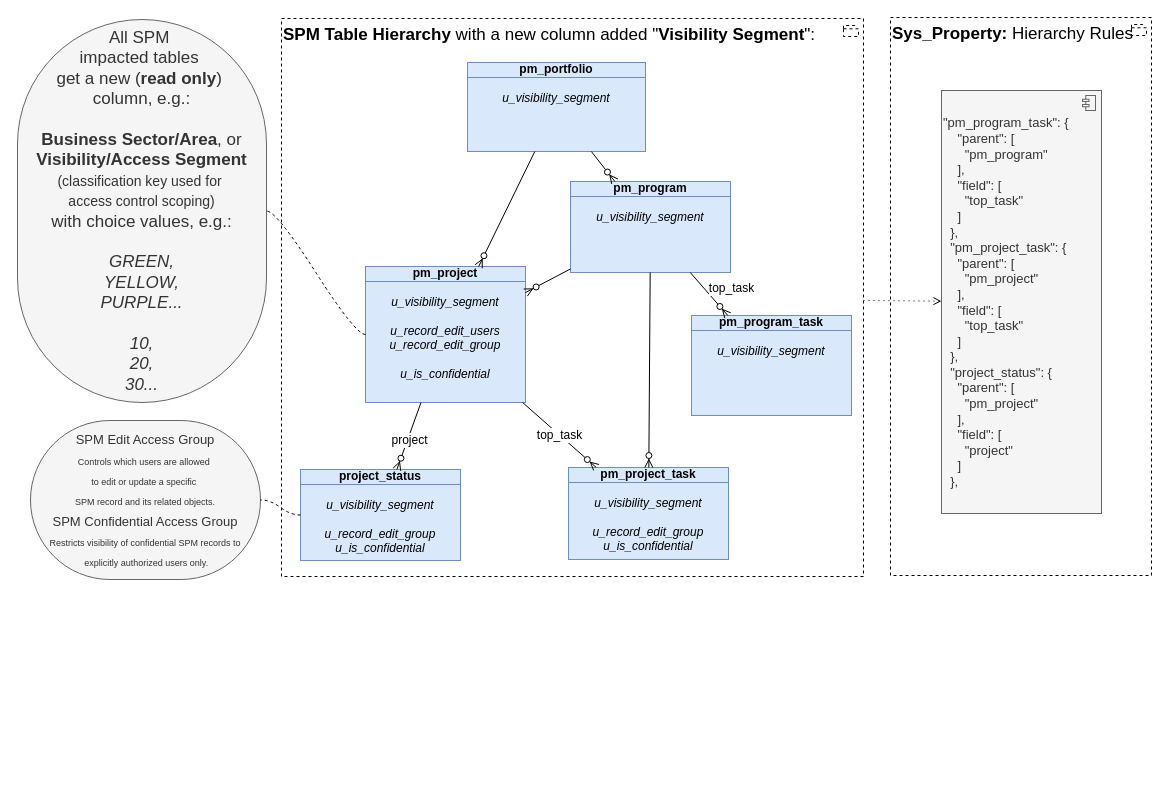
This is page "hier1" (4 of 20) of Sar.drawio from algimas/tmp, a draw.io file, before an edit. Source tidied: cells renumbered, new cells numbered last; positions are measured from the earlier drawing's top-left corner, leaving out a move shared by most shapes. Both pictures are drawn from the tidied source at 100%, with x=0, y=0 at pixel (17, 17).
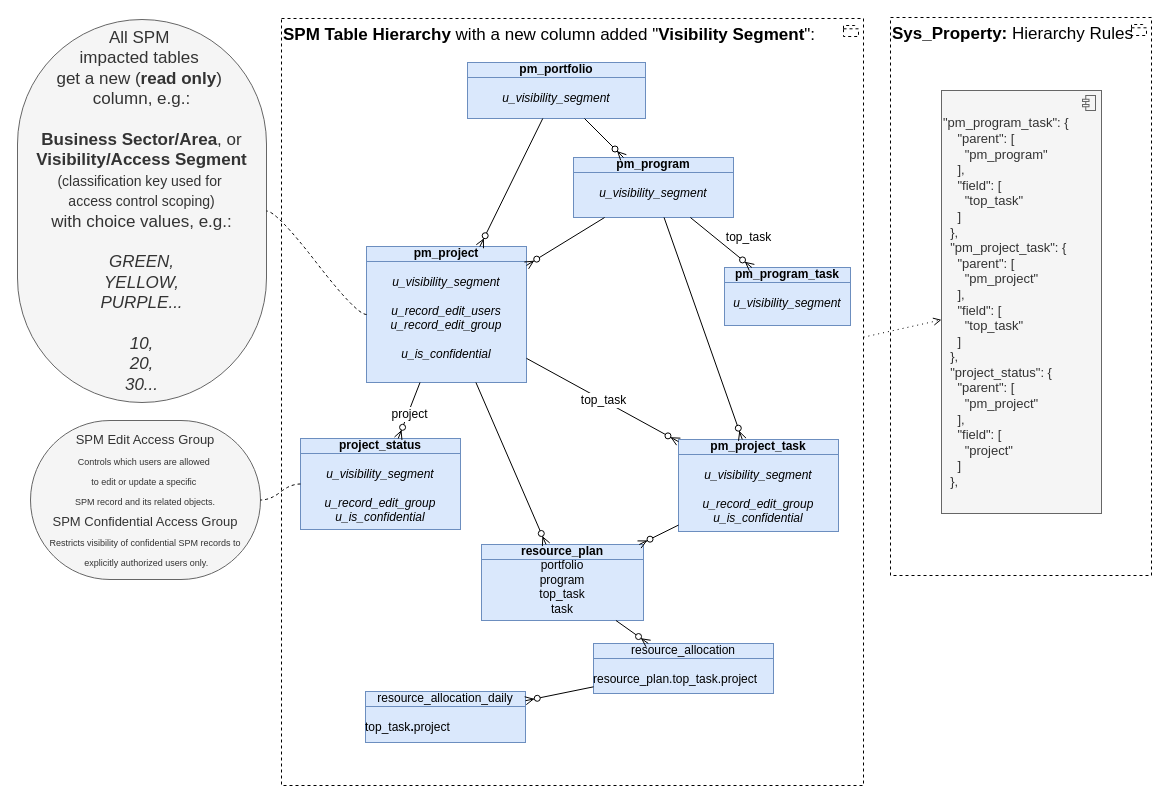
The same page after the edit.

What changed in the source:
```diff
@@
     <mxCell id="3" value="&lt;b&gt;SPM Table Hierarchy&lt;/b&gt;&amp;nbsp;with a new column added &quot;&lt;b&gt;Visibility Segment&lt;/b&gt;&quot;:" style="html=1;outlineConnect=0;whiteSpace=wrap;shape=mxgraph.archimate3.application;appType=grouping;archiType=square;dashed=1;fillColor=none;verticalAlign=top;align=left;fontSize=17;" parent="1" vertex="1">
-      <mxGeometry x="264" y="1" width="582" height="558" as="geometry" />
+      <mxGeometry x="264" y="1" width="582" height="767" as="geometry" />
     </mxCell>
     <mxCell id="4" value="&lt;div&gt;&lt;b&gt;pm_project&lt;/b&gt;&lt;/div&gt;&lt;div&gt;&lt;div&gt;&lt;i&gt;&lt;br&gt;&lt;/i&gt;&lt;/div&gt;&lt;div&gt;&lt;i&gt;u_visibility_segment&lt;/i&gt;&lt;/div&gt;&lt;div&gt;&lt;br&gt;&lt;/div&gt;&lt;i&gt;u_record_edit_users&lt;br&gt;u_&lt;/i&gt;&lt;i&gt;record&lt;/i&gt;&lt;i&gt;_edit_group&lt;/i&gt;&lt;/div&gt;&lt;div&gt;&lt;i&gt;&lt;br&gt;&lt;/i&gt;&lt;/div&gt;&lt;div&gt;&lt;i&gt;u_is_confidential&lt;/i&gt;&lt;/div&gt;" style="html=1;outlineConnect=0;whiteSpace=wrap;fillColor=#dae8fc;shape=mxgraph.archimate3.businessObject;overflow=fill;strokeColor=#6c8ebf;fontStyle=0;fontSize=12;" parent="1" vertex="1">
-      <mxGeometry x="348" y="249" width="160" height="136" as="geometry" />
+      <mxGeometry x="349" y="229" width="160" height="136" as="geometry" />
     </mxCell>
     <mxCell id="5" value="&lt;div&gt;&lt;b&gt;pm_program_task&lt;/b&gt;&lt;/div&gt;&lt;div&gt;&lt;i&gt;&lt;br&gt;&lt;/i&gt;&lt;/div&gt;&lt;div&gt;&lt;i&gt;u_visibility_segment&lt;/i&gt;&lt;/div&gt;" style="html=1;outlineConnect=0;whiteSpace=wrap;fillColor=#dae8fc;shape=mxgraph.archimate3.businessObject;overflow=fill;strokeColor=#6c8ebf;fontStyle=0;fontSize=12;" parent="1" vertex="1">
-      <mxGeometry x="674" y="298" width="160" height="100" as="geometry" />
+      <mxGeometry x="707" y="250" width="126" height="58" as="geometry" />
     </mxCell>
     <mxCell id="6" value="&lt;div&gt;&lt;span&gt;&lt;b&gt;pm_portfolio&lt;/b&gt;&lt;/span&gt;&lt;/div&gt;&lt;div&gt;&lt;br&gt;&lt;/div&gt;&lt;div&gt;&lt;i&gt;u_visibility_segment&lt;/i&gt;&lt;/div&gt;" style="html=1;outlineConnect=0;whiteSpace=wrap;fillColor=#dae8fc;shape=mxgraph.archimate3.businessObject;overflow=fill;strokeColor=#6c8ebf;fontStyle=0;fontSize=12;" parent="1" vertex="1">
-      <mxGeometry x="450" y="45" width="178" height="89" as="geometry" />
+      <mxGeometry x="450" y="45" width="178" height="56" as="geometry" />
     </mxCell>
     <mxCell id="7" value="&lt;div&gt;&lt;b&gt;project_status&lt;/b&gt;&lt;/div&gt;&lt;div&gt;&lt;div&gt;&lt;i&gt;&lt;br&gt;&lt;/i&gt;&lt;/div&gt;&lt;div&gt;&lt;i&gt;u_visibility_segment&lt;/i&gt;&lt;/div&gt;&lt;div&gt;&lt;i&gt;&lt;br&gt;&lt;/i&gt;&lt;/div&gt;&lt;div&gt;&lt;i&gt;u_&lt;/i&gt;&lt;i&gt;record&lt;/i&gt;&lt;i&gt;_edit_group&lt;/i&gt;&lt;div&gt;&lt;i&gt;u_is_confidential&lt;/i&gt;&lt;/div&gt;&lt;/div&gt;&lt;br&gt;&lt;/div&gt;" style="html=1;outlineConnect=0;whiteSpace=wrap;fillColor=#dae8fc;shape=mxgraph.archimate3.businessObject;overflow=fill;strokeColor=#6c8ebf;fontStyle=0;fontSize=12;" parent="1" vertex="1">
-      <mxGeometry x="283" y="452" width="160" height="91" as="geometry" />
+      <mxGeometry x="283" y="421" width="160" height="91" as="geometry" />
     </mxCell>
@@
     <mxCell id="10" value="&lt;div&gt;&lt;b&gt;pm_project_task&lt;/b&gt;&lt;/div&gt;&lt;div&gt;&lt;div&gt;&lt;i&gt;&lt;br&gt;&lt;/i&gt;&lt;/div&gt;&lt;div&gt;&lt;i&gt;u_visibility_segment&lt;/i&gt;&lt;/div&gt;&lt;div&gt;&lt;i&gt;&lt;br&gt;&lt;/i&gt;&lt;/div&gt;&lt;div&gt;&lt;i&gt;u_&lt;/i&gt;&lt;i&gt;record&lt;/i&gt;&lt;i&gt;_edit_group&lt;/i&gt;&lt;div&gt;&lt;i&gt;u_is_confidential&lt;/i&gt;&lt;/div&gt;&lt;/div&gt;&lt;/div&gt;" style="html=1;outlineConnect=0;whiteSpace=wrap;fillColor=#dae8fc;shape=mxgraph.archimate3.businessObject;overflow=fill;strokeColor=#6c8ebf;fontStyle=0;fontSize=12;" parent="1" vertex="1">
-      <mxGeometry x="551" y="450" width="160" height="92" as="geometry" />
+      <mxGeometry x="661" y="422" width="160" height="92" as="geometry" />
     </mxCell>
     <mxCell id="11" value="&lt;div&gt;&lt;b&gt;pm_program&lt;/b&gt;&lt;/div&gt;&lt;div&gt;&lt;div&gt;&lt;i&gt;&lt;br&gt;&lt;/i&gt;&lt;/div&gt;&lt;div&gt;&lt;i&gt;u_visibility_segment&lt;/i&gt;&lt;/div&gt;&lt;br&gt;&lt;/div&gt;&lt;div&gt;&lt;br&gt;&lt;/div&gt;&lt;div&gt;&lt;br&gt;&lt;/div&gt;" style="html=1;outlineConnect=0;whiteSpace=wrap;fillColor=#dae8fc;shape=mxgraph.archimate3.businessObject;overflow=fill;strokeColor=#6c8ebf;fontStyle=0;fontSize=12;" parent="1" vertex="1">
-      <mxGeometry x="553" y="164" width="160" height="91" as="geometry" />
+      <mxGeometry x="556" y="140" width="160" height="60" as="geometry" />
     </mxCell>
@@
+    <mxCell id="26" value="&lt;div&gt;&lt;span style=&quot;font-weight: normal;&quot;&gt;resource_allocation_daily&lt;/span&gt;&lt;/div&gt;&lt;div&gt;&lt;br&gt;&lt;/div&gt;&lt;div align=&quot;left&quot;&gt;&lt;span style=&quot;font-weight: normal;&quot;&gt;top_task&lt;/span&gt;.&lt;span style=&quot;font-weight: normal;&quot;&gt;project&lt;/span&gt;&lt;/div&gt;" style="html=1;outlineConnect=0;whiteSpace=wrap;fillColor=#dae8fc;shape=mxgraph.archimate3.businessObject;overflow=fill;strokeColor=#6c8ebf;fontStyle=1;" parent="1" vertex="1">
+      <mxGeometry x="348" y="674" width="160" height="51" as="geometry" />
+    </mxCell>
+    <mxCell id="27" value="&lt;div&gt;&lt;span style=&quot;font-weight: normal;&quot;&gt;resource_allocation&lt;/span&gt;&lt;/div&gt;&lt;div&gt;&lt;br&gt;&lt;/div&gt;&lt;div align=&quot;left&quot;&gt;&lt;span style=&quot;font-weight: normal;&quot;&gt;resource_plan.top_task.&lt;/span&gt;&lt;span style=&quot;font-weight: normal;&quot;&gt;project&lt;/span&gt;&lt;/div&gt;" style="html=1;outlineConnect=0;whiteSpace=wrap;fillColor=#dae8fc;shape=mxgraph.archimate3.businessObject;overflow=fill;strokeColor=#6c8ebf;fontStyle=1;" parent="1" vertex="1">
+      <mxGeometry x="576" y="626" width="180" height="50" as="geometry" />
+    </mxCell>
+    <mxCell id="28" value="&lt;div&gt;resource_plan&lt;/div&gt;&lt;span style=&quot;font-weight: normal;&quot;&gt;portfolio&lt;br&gt;program&lt;br&gt;top_task&lt;br&gt;task&lt;/span&gt;" style="html=1;outlineConnect=0;whiteSpace=wrap;fillColor=#dae8fc;shape=mxgraph.archimate3.businessObject;overflow=fill;strokeColor=#6c8ebf;fontStyle=1;" parent="1" vertex="1">
+      <mxGeometry x="464" y="527" width="162" height="76" as="geometry" />
+    </mxCell>
+    <mxCell id="29" style="fontSize=12;html=1;endArrow=ERzeroToMany;endFill=1;rounded=0;" parent="1" edge="1" source="27" target="26">
+      <mxGeometry relative="1" as="geometry" />
+    </mxCell>
+    <mxCell id="30" style="fontSize=12;html=1;endArrow=ERzeroToMany;endFill=1;rounded=0;" parent="1" edge="1" source="28" target="27">
+      <mxGeometry relative="1" as="geometry" />
+    </mxCell>
+    <mxCell id="31" style="fontSize=12;html=1;endArrow=ERzeroToMany;endFill=1;rounded=0;fontStyle=0;" parent="1" edge="1" source="4" target="28">
+      <mxGeometry relative="1" as="geometry" />
+    </mxCell>
+    <mxCell id="32" style="fontSize=12;html=1;endArrow=ERzeroToMany;endFill=1;rounded=0;fontStyle=0;" parent="1" edge="1" source="10" target="28">
+      <mxGeometry relative="1" as="geometry" />
+    </mxCell>
```
